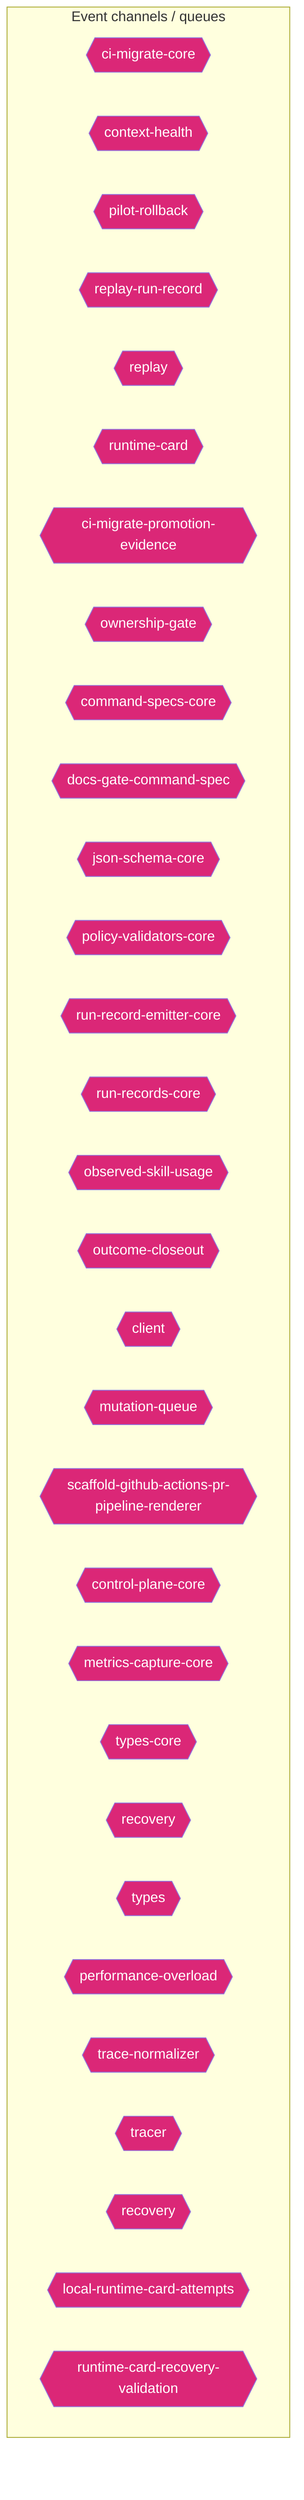
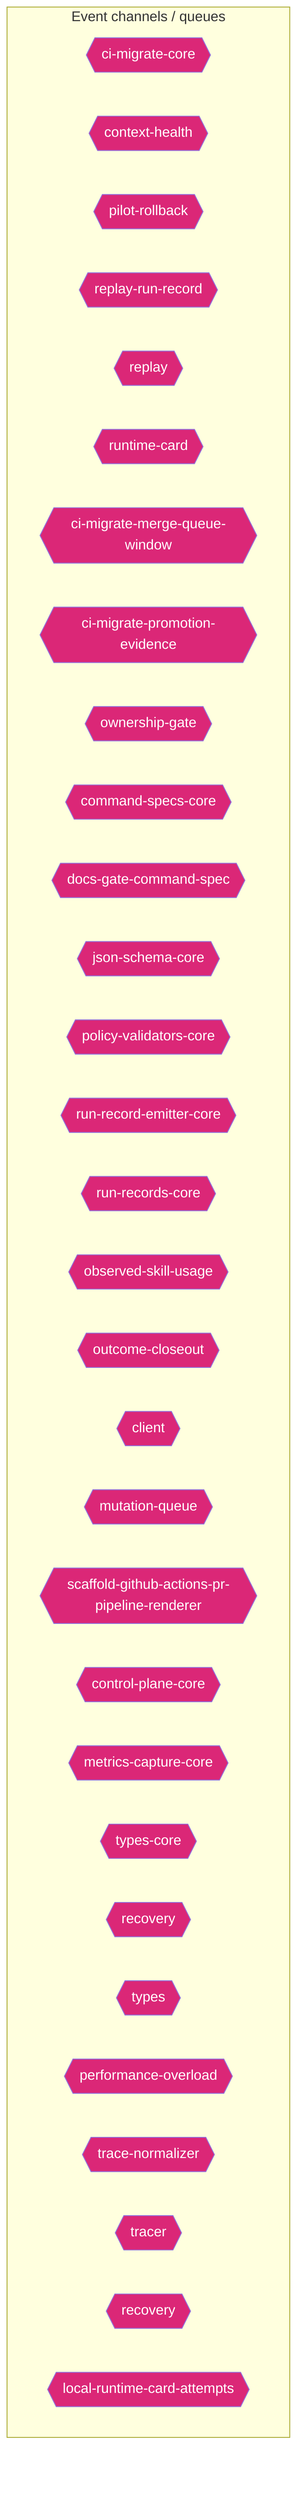
flowchart TD
  subgraph Channels["Event channels / queues"]
    ci_migrate_core_7005b5af{{"ci-migrate-core"}}
    context_health_80bb7da9{{"context-health"}}
    pilot_rollback_00c1f82c{{"pilot-rollback"}}
    replay_run_record_9a08cce2{{"replay-run-record"}}
    replay_ac203c98{{"replay"}}
    runtime_card_e06b53e1{{"runtime-card"}}
+     ci_migrate_merge_queue_window_0070bd6d{{"ci-migrate-merge-queue-window"}}
    ci_migrate_promotion_evidence_1a2dc527{{"ci-migrate-promotion-evidence"}}
    ownership_gate_2e194d13{{"ownership-gate"}}
    command_specs_core_1c0ffc99{{"command-specs-core"}}
    docs_gate_command_spec_16795187{{"docs-gate-command-spec"}}
    json_schema_core_96d7e328{{"json-schema-core"}}
    policy_validators_core_714a3fe7{{"policy-validators-core"}}
    run_record_emitter_core_688049d5{{"run-record-emitter-core"}}
    run_records_core_89286dfa{{"run-records-core"}}
    observed_skill_usage_ed7d5930{{"observed-skill-usage"}}
    outcome_closeout_ba497ec2{{"outcome-closeout"}}
    client_948fe603{{"client"}}
    mutation_queue_ce5a530e{{"mutation-queue"}}
    scaffold_github_actions_pr_pipeline_renderer_1ee18de5{{"scaffold-github-actions-pr-pipeline-renderer"}}
    control_plane_core_db3b4cb2{{"control-plane-core"}}
    metrics_capture_core_db4bf7cf{{"metrics-capture-core"}}
    types_core_1_8bd0f8fd{{"types-core"}}
    recovery_8c585378{{"recovery"}}
    types_14_fe7507be{{"types"}}
    performance_overload_c685bfcf{{"performance-overload"}}
    trace_normalizer_cb1be1d2{{"trace-normalizer"}}
    tracer_1e6243a2{{"tracer"}}
    recovery_1_4d1804ab{{"recovery"}}
    local_runtime_card_attempts_28aa46ea{{"local-runtime-card-attempts"}}
-     runtime_card_recovery_validation_e216d883{{"runtime-card-recovery-validation"}}
  end
  classDef eventNode fill:#db2777,color:#fff
-   class ci_migrate_core_7005b5af,context_health_80bb7da9,pilot_rollback_00c1f82c,replay_run_record_9a08cce2,replay_ac203c98,runtime_card_e06b53e1,ci_migrate_promotion_evidence_1a2dc527,ownership_gate_2e194d13,command_specs_core_1c0ffc99,docs_gate_command_spec_16795187,json_schema_core_96d7e328,policy_validators_core_714a3fe7,run_record_emitter_core_688049d5,run_records_core_89286dfa,observed_skill_usage_ed7d5930,outcome_closeout_ba497ec2,client_948fe603,mutation_queue_ce5a530e,scaffold_github_actions_pr_pipeline_renderer_1ee18de5,control_plane_core_db3b4cb2,metrics_capture_core_db4bf7cf,types_core_1_8bd0f8fd,recovery_8c585378,types_14_fe7507be,performance_overload_c685bfcf,trace_normalizer_cb1be1d2,tracer_1e6243a2,recovery_1_4d1804ab,local_runtime_card_attempts_28aa46ea,runtime_card_recovery_validation_e216d883 eventNode
+   class ci_migrate_core_7005b5af,context_health_80bb7da9,pilot_rollback_00c1f82c,replay_run_record_9a08cce2,replay_ac203c98,runtime_card_e06b53e1,ci_migrate_merge_queue_window_0070bd6d,ci_migrate_promotion_evidence_1a2dc527,ownership_gate_2e194d13,command_specs_core_1c0ffc99,docs_gate_command_spec_16795187,json_schema_core_96d7e328,policy_validators_core_714a3fe7,run_record_emitter_core_688049d5,run_records_core_89286dfa,observed_skill_usage_ed7d5930,outcome_closeout_ba497ec2,client_948fe603,mutation_queue_ce5a530e,scaffold_github_actions_pr_pipeline_renderer_1ee18de5,control_plane_core_db3b4cb2,metrics_capture_core_db4bf7cf,types_core_1_8bd0f8fd,recovery_8c585378,types_14_fe7507be,performance_overload_c685bfcf,trace_normalizer_cb1be1d2,tracer_1e6243a2,recovery_1_4d1804ab,local_runtime_card_attempts_28aa46ea eventNode
